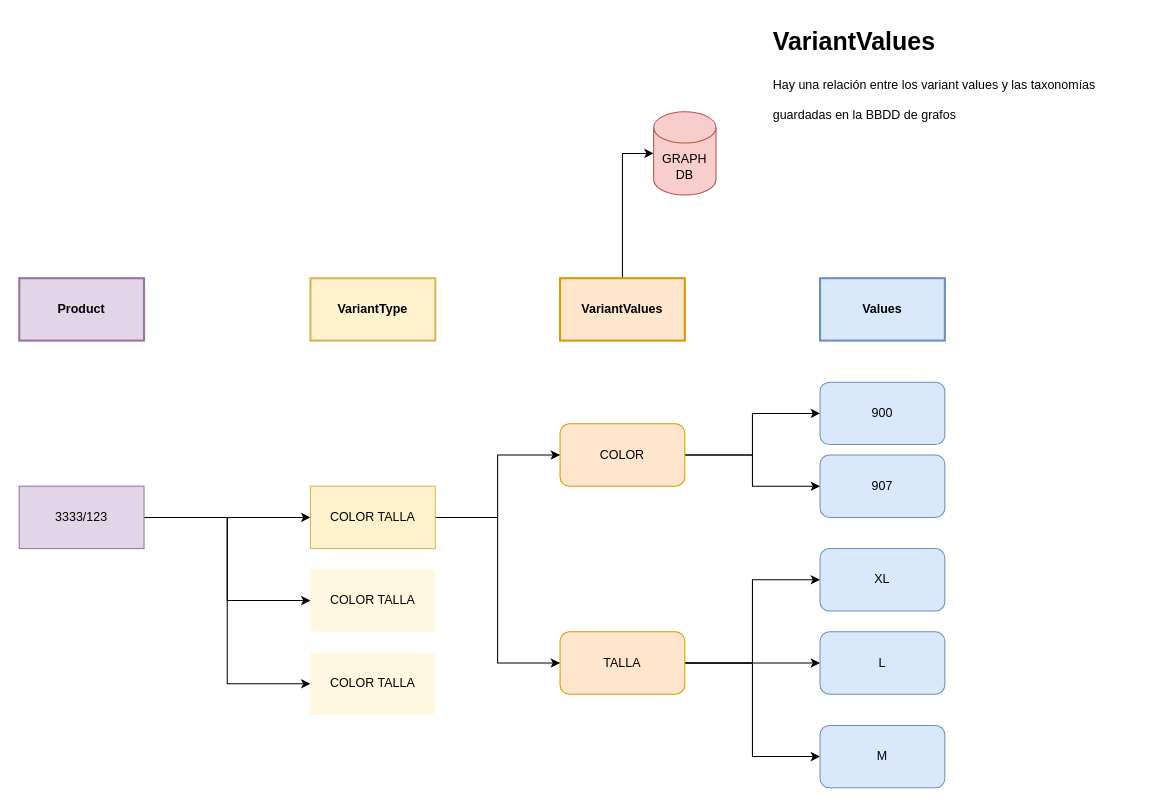
roicastrocasal/variants-test keeps this draw.io diagram as doc/drawio/esquama.drawio. Above is the earlier version. Source tidied: cells renumbered, new cells numbered last; positions are measured from the earlier drawing's top-left corner, leaving out a move shared by most shapes. Both pictures are drawn from the tidied source at 104%, with x=0, y=0 at pixel (19, 28).
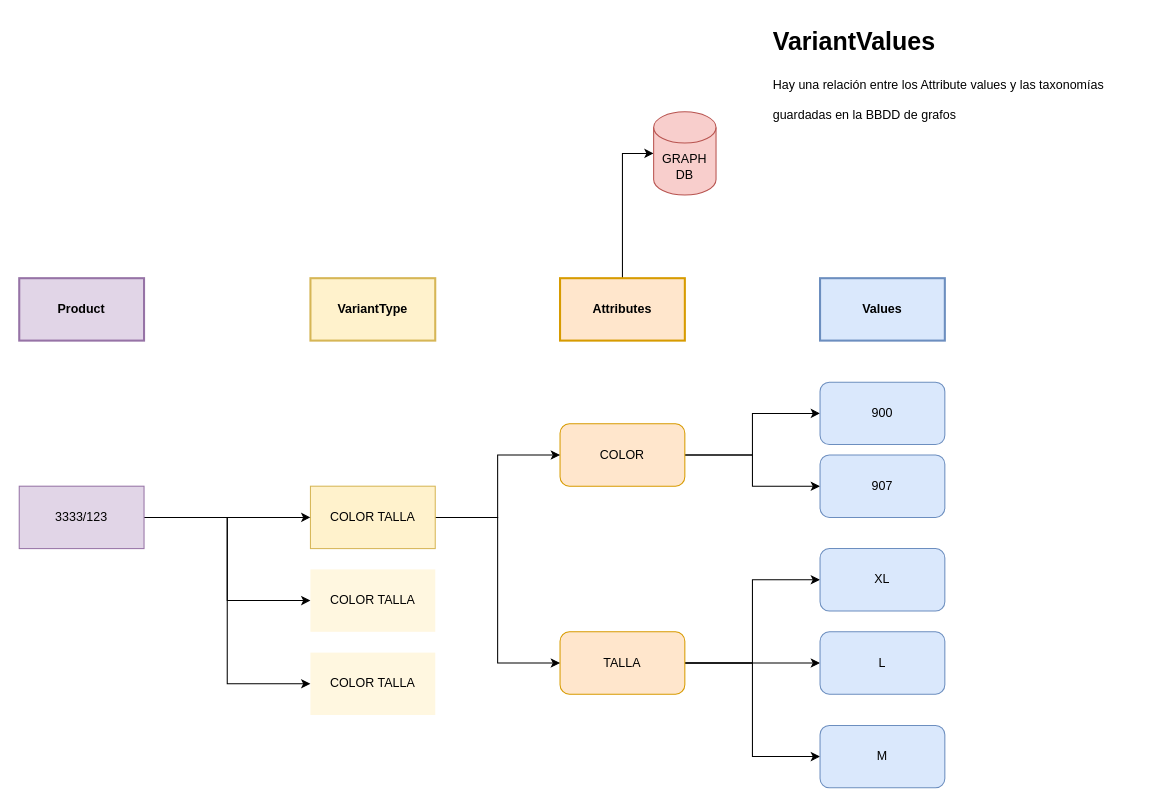
After the change.

Commit message (it also covers changes not shown here):
attribute values

The edit, as a diff of the source:
```diff
@@
-    <mxCell id="3" value="VariantValues" style="rounded=0;whiteSpace=wrap;html=1;fillColor=#ffe6cc;strokeColor=#d79b00;fontStyle=1;strokeWidth=2;" parent="1" vertex="1">
+    <mxCell id="3" value="Attributes" style="rounded=0;whiteSpace=wrap;html=1;fillColor=#ffe6cc;strokeColor=#d79b00;fontStyle=1;strokeWidth=2;" parent="1" vertex="1">
       <mxGeometry x="520" y="240" width="120" height="60" as="geometry" />
     </mxCell>
@@
-    <mxCell id="21" value="&lt;h1 style=&quot;line-height: 60%;&quot;&gt;&lt;span style=&quot;background-color: initial;&quot;&gt;&lt;font style=&quot;font-size: 24px;&quot;&gt;VariantValues&lt;/font&gt;&lt;/span&gt;&lt;/h1&gt;&lt;h1&gt;&lt;span style=&quot;background-color: initial; font-size: 12px; font-weight: normal;&quot;&gt;Hay una relación entre los variant values y las taxonomías guardadas en la BBDD de grafos&lt;/span&gt;&lt;br&gt;&lt;/h1&gt;" style="text;html=1;strokeColor=none;fillColor=none;spacing=5;spacingTop=-20;whiteSpace=wrap;overflow=hidden;rounded=0;" parent="1" vertex="1">
+    <mxCell id="21" value="&lt;h1 style=&quot;line-height: 60%&quot;&gt;&lt;span&gt;&lt;font style=&quot;font-size: 24px&quot;&gt;VariantValues&lt;/font&gt;&lt;/span&gt;&lt;/h1&gt;&lt;h1&gt;&lt;span style=&quot;font-size: 12px ; font-weight: normal&quot;&gt;Hay una relación entre los Attribute values y las taxonomías guardadas en la BBDD de grafos&lt;/span&gt;&lt;br&gt;&lt;/h1&gt;" style="text;html=1;strokeColor=none;fillColor=none;spacing=5;spacingTop=-20;whiteSpace=wrap;overflow=hidden;rounded=0;" parent="1" vertex="1">
       <mxGeometry x="720" width="350" height="120" as="geometry" />
     </mxCell>
```
